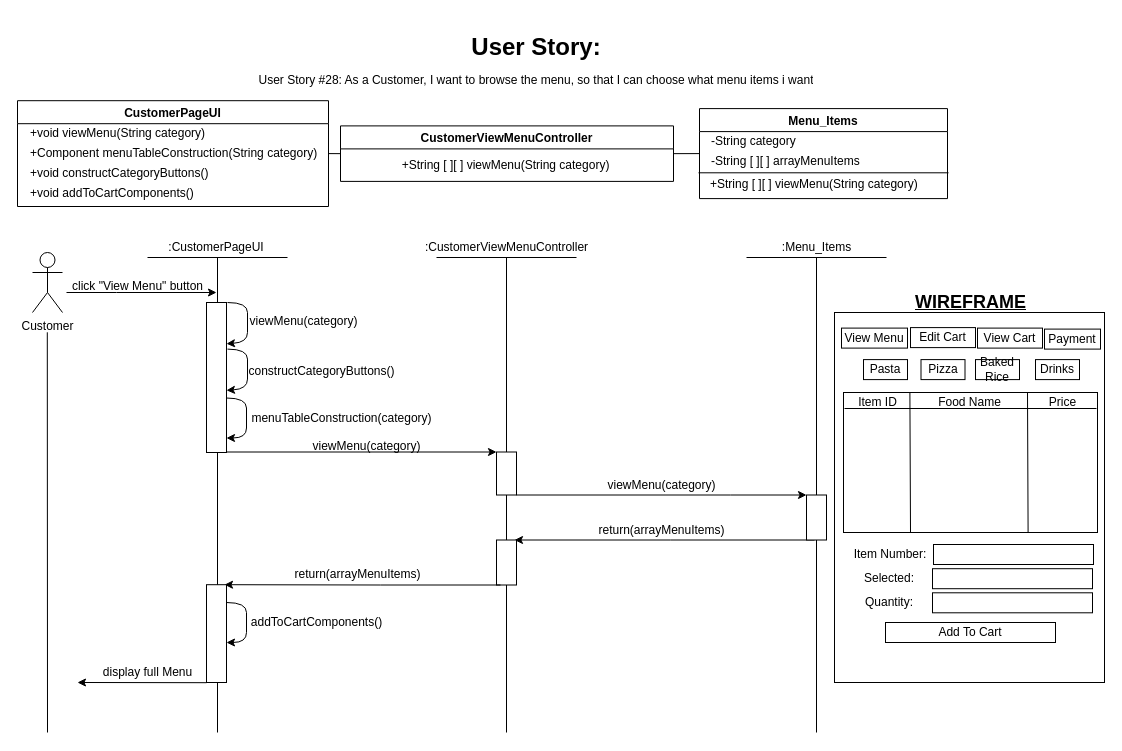
Above: BCE_UML_and_Diagrams/Customer/Customer_Browse(#28)/UserStory#28_Customer_Browse.drawio in extred5700/JAVAGUI-Restaurant-Table-Order-System (draw.io), before the change. Source tidied: cells renumbered, new cells numbered last; positions are measured from the earlier drawing's top-left corner, leaving out a move shared by most shapes. Both pictures are drawn from the tidied source at 100%, with x=0, y=0 at pixel (17, 27).
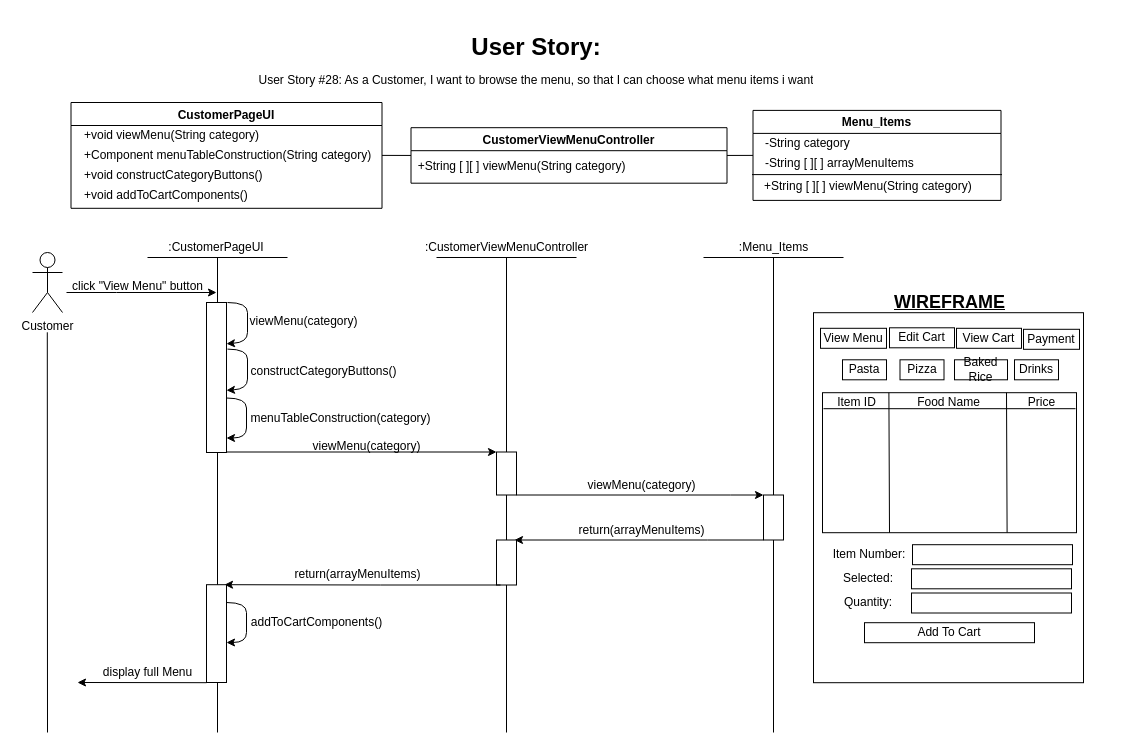
The same diagram, later.

Diff of the diagram source:
```diff
@@
     <mxCell id="2" style="rounded=0;whiteSpace=wrap;html=1;" parent="1" vertex="1">
-      <mxGeometry x="817" y="285" width="270" height="370" as="geometry" />
+      <mxGeometry x="796" y="285.2" width="270" height="370" as="geometry" />
     </mxCell>
@@
     <mxCell id="4" value="CustomerPageUI" style="swimlane;" parent="1" vertex="1">
-      <mxGeometry y="73.2" width="311" height="105.8" as="geometry" />
+      <mxGeometry x="53.5" y="75" width="311" height="105.8" as="geometry" />
     </mxCell>
@@
     <mxCell id="9" value="CustomerViewMenuController" style="swimlane;startSize=23;" parent="1" vertex="1">
-      <mxGeometry x="323" y="98.4" width="333" height="55.5" as="geometry" />
+      <mxGeometry x="393.5" y="100.2" width="316" height="55.5" as="geometry" />
     </mxCell>
     <mxCell id="10" value="&lt;div style=&quot;text-align: left&quot;&gt;+String [ ][ ] viewMenu(String category)&lt;/div&gt;" style="text;html=1;align=center;verticalAlign=middle;strokeColor=none;fillColor=none;" parent="9" vertex="1">
-      <mxGeometry x="55" y="30" width="220" height="20" as="geometry" />
+      <mxGeometry y="28.8" width="220" height="20" as="geometry" />
     </mxCell>
     <mxCell id="11" value="Menu_Items" style="swimlane;" parent="1" vertex="1">
-      <mxGeometry x="682" y="81.1" width="248" height="90" as="geometry" />
+      <mxGeometry x="735.5" y="82.9" width="248" height="90" as="geometry" />
     </mxCell>
@@
     <mxCell id="22" value=":Menu_Items" style="text;html=1;align=center;verticalAlign=middle;points=[];strokeColor=none;fillColor=none;" parent="1" vertex="1">
-      <mxGeometry x="759" y="210" width="80" height="20" as="geometry" />
+      <mxGeometry x="716" y="210" width="80" height="20" as="geometry" />
     </mxCell>
@@
     <mxCell id="25" style="endArrow=none;html=1;rounded=0;" parent="1" edge="1">
       <mxGeometry relative="1" as="geometry">
-        <mxPoint x="729" y="230" as="sourcePoint" />
-        <mxPoint x="869" y="230" as="targetPoint" />
+        <mxPoint x="686" y="230" as="sourcePoint" />
+        <mxPoint x="826" y="230" as="targetPoint" />
       </mxGeometry>
     </mxCell>
@@
     <mxCell id="30" value="&lt;div style=&quot;text-align: justify&quot;&gt;&lt;span&gt;viewMenu(category)&lt;/span&gt;&lt;/div&gt;" style="text;html=1;align=center;verticalAlign=middle;strokeColor=none;fillColor=none;" parent="1" vertex="1">
-      <mxGeometry x="584" y="447.5" width="120" height="20" as="geometry" />
+      <mxGeometry x="564" y="447.5" width="120" height="20" as="geometry" />
     </mxCell>
     <mxCell id="31" style="endArrow=none;html=1;rounded=0;entryX=0.5;entryY=0.982;entryDx=0;entryDy=0;entryPerimeter=0;" parent="1" edge="1" target="22">
       <mxGeometry relative="1" as="geometry">
-        <mxPoint x="799" y="705" as="sourcePoint" />
+        <mxPoint x="756" y="705" as="sourcePoint" />
       </mxGeometry>
     </mxCell>
     <mxCell id="32" value="View Menu" style="rounded=0;whiteSpace=wrap;html=1;" parent="1" vertex="1">
-      <mxGeometry x="824" y="300.6" width="66" height="20" as="geometry" />
+      <mxGeometry x="803" y="300.8" width="66" height="20" as="geometry" />
     </mxCell>
     <mxCell id="33" value="Edit Cart" style="rounded=0;whiteSpace=wrap;html=1;" parent="1" vertex="1">
-      <mxGeometry x="893" y="300.1" width="65" height="20" as="geometry" />
+      <mxGeometry x="872" y="300.3" width="65" height="20" as="geometry" />
     </mxCell>
     <mxCell id="34" value="View Cart" style="rounded=0;whiteSpace=wrap;html=1;" parent="1" vertex="1">
-      <mxGeometry x="960" y="300.6" width="65" height="20" as="geometry" />
+      <mxGeometry x="939" y="300.8" width="65" height="20" as="geometry" />
     </mxCell>
     <mxCell id="35" value="Payment" style="rounded=0;whiteSpace=wrap;html=1;" parent="1" vertex="1">
-      <mxGeometry x="1027" y="301.6" width="56" height="20" as="geometry" />
+      <mxGeometry x="1006" y="301.8" width="56" height="20" as="geometry" />
     </mxCell>
     <mxCell id="36" value="Add To Cart" style="rounded=0;whiteSpace=wrap;html=1;" parent="1" vertex="1">
-      <mxGeometry x="868" y="595" width="170" height="20" as="geometry" />
+      <mxGeometry x="847" y="595.2" width="170" height="20" as="geometry" />
     </mxCell>
     <mxCell id="37" value="&lt;b&gt;&lt;u&gt;&lt;font style=&quot;font-size: 18px&quot;&gt;WIREFRAME&lt;/font&gt;&lt;/u&gt;&lt;/b&gt;" style="text;html=1;align=center;verticalAlign=middle;strokeColor=none;fillColor=none;" parent="1" vertex="1">
-      <mxGeometry x="888" y="265" width="130" height="20" as="geometry" />
+      <mxGeometry x="867" y="265.2" width="130" height="20" as="geometry" />
     </mxCell>
-    <mxCell id="38" style="edgeStyle=orthogonalEdgeStyle;rounded=0;orthogonalLoop=1;jettySize=auto;html=1;exitX=0;exitY=1;exitDx=0;exitDy=0;entryX=0.5;entryY=0;entryDx=0;entryDy=0;fontSize=12;" parent="1" edge="1">
+    <mxCell id="38" style="edgeStyle=orthogonalEdgeStyle;rounded=0;jettySize=auto;html=1;exitX=0;exitY=1;exitDx=0;exitDy=0;entryX=0.5;entryY=0;entryDx=0;entryDy=0;fontSize=12;" parent="1" edge="1" source="39">
       <mxGeometry relative="1" as="geometry">
-        <mxPoint x="797" y="512.5" as="sourcePoint" />
         <mxPoint x="497" y="512.5" as="targetPoint" />
         <Array as="points">
-          <mxPoint x="653" y="512.5" />
-          <mxPoint x="653" y="512.5" />
+          <mxPoint x="690" y="513" />
+          <mxPoint x="690" y="513" />
         </Array>
       </mxGeometry>
     </mxCell>
     <mxCell id="39" style="rounded=0;whiteSpace=wrap;html=1;" parent="1" vertex="1">
-      <mxGeometry x="789" y="467.5" width="20" height="45" as="geometry" />
+      <mxGeometry x="746" y="467.5" width="20" height="45" as="geometry" />
     </mxCell>
@@
     <mxCell id="45" style="rounded=0;whiteSpace=wrap;html=1;" parent="1" vertex="1">
-      <mxGeometry x="826" y="365" width="254" height="140" as="geometry" />
+      <mxGeometry x="805" y="365.2" width="254" height="140" as="geometry" />
     </mxCell>
     <mxCell id="46" value="Item Number:" style="text;html=1;strokeColor=none;fillColor=none;align=center;verticalAlign=middle;whiteSpace=wrap;rounded=0;" parent="1" vertex="1">
-      <mxGeometry x="830" y="512.8" width="86" height="28.3" as="geometry" />
+      <mxGeometry x="809" y="513" width="86" height="28.3" as="geometry" />
     </mxCell>
     <mxCell id="47" style="rounded=0;whiteSpace=wrap;html=1;" parent="1" vertex="1">
-      <mxGeometry x="916" y="517" width="160" height="20" as="geometry" />
+      <mxGeometry x="895" y="517.2" width="160" height="20" as="geometry" />
     </mxCell>
     <mxCell id="48" value="Item ID" style="text;html=1;align=center;verticalAlign=middle;strokeColor=none;fillColor=none;" parent="1" vertex="1">
-      <mxGeometry x="835" y="365" width="50" height="20" as="geometry" />
+      <mxGeometry x="814" y="365.2" width="50" height="20" as="geometry" />
     </mxCell>
     <mxCell id="49" value="Food Name" style="text;html=1;align=center;verticalAlign=middle;strokeColor=none;fillColor=none;" parent="1" vertex="1">
-      <mxGeometry x="912" y="365" width="80" height="20" as="geometry" />
+      <mxGeometry x="891" y="365.2" width="80" height="20" as="geometry" />
     </mxCell>
     <mxCell id="50" value="Price" style="text;html=1;align=center;verticalAlign=middle;strokeColor=none;fillColor=none;" parent="1" vertex="1">
-      <mxGeometry x="1025" y="365" width="40" height="20" as="geometry" />
+      <mxGeometry x="1004" y="365.2" width="40" height="20" as="geometry" />
     </mxCell>
     <mxCell id="51" style="endArrow=none;html=1;rounded=0;entryX=0.033;entryY=-0.067;entryDx=0;entryDy=0;entryPerimeter=0;exitX=0.194;exitY=0.99;exitDx=0;exitDy=0;exitPerimeter=0;" parent="1" edge="1">
       <mxGeometry relative="1" as="geometry">
-        <mxPoint x="893" y="505" as="sourcePoint" />
-        <mxPoint x="892.4" y="365.1" as="targetPoint" />
+        <mxPoint x="872" y="505.2" as="sourcePoint" />
+        <mxPoint x="871.4" y="365.2" as="targetPoint" />
       </mxGeometry>
     </mxCell>
     <mxCell id="52" style="endArrow=none;html=1;rounded=0;entryX=0.033;entryY=-0.067;entryDx=0;entryDy=0;entryPerimeter=0;exitX=0.194;exitY=0.99;exitDx=0;exitDy=0;exitPerimeter=0;" parent="1" edge="1">
       <mxGeometry relative="1" as="geometry">
-        <mxPoint x="1010.6" y="504.9" as="sourcePoint" />
-        <mxPoint x="1010" y="365" as="targetPoint" />
+        <mxPoint x="989.6" y="505.1" as="sourcePoint" />
+        <mxPoint x="989" y="365.2" as="targetPoint" />
       </mxGeometry>
     </mxCell>
     <mxCell id="53" style="endArrow=none;html=1;rounded=0;exitX=0.194;exitY=0.99;exitDx=0;exitDy=0;exitPerimeter=0;" parent="1" edge="1">
       <mxGeometry relative="1" as="geometry">
-        <mxPoint x="827" y="381" as="sourcePoint" />
-        <mxPoint x="1079" y="381" as="targetPoint" />
+        <mxPoint x="806" y="381.2" as="sourcePoint" />
+        <mxPoint x="1058" y="381.2" as="targetPoint" />
       </mxGeometry>
     </mxCell>
@@
     <mxCell id="57" value="return(arrayMenuItems)" style="text;html=1;align=center;verticalAlign=middle;strokeColor=none;fillColor=none;fontSize=12;" parent="1" vertex="1">
-      <mxGeometry x="574" y="492.8" width="140" height="20" as="geometry" />
+      <mxGeometry x="554" y="492.8" width="140" height="20" as="geometry" />
     </mxCell>
@@
     <mxCell id="62" value="&lt;span style=&quot;font-size: 12px&quot;&gt;menuTableConstruction(category)&lt;/span&gt;" style="text;html=1;align=center;verticalAlign=middle;strokeColor=none;fillColor=none;fontSize=16;" parent="1" vertex="1">
-      <mxGeometry x="224" y="373.5" width="200" height="30" as="geometry" />
+      <mxGeometry x="223" y="373.5" width="200" height="30" as="geometry" />
     </mxCell>
@@
     <mxCell id="65" value="Pasta" style="rounded=0;whiteSpace=wrap;html=1;" parent="1" vertex="1">
-      <mxGeometry x="846" y="332.1" width="44" height="20" as="geometry" />
+      <mxGeometry x="825" y="332.3" width="44" height="20" as="geometry" />
     </mxCell>
     <mxCell id="66" value="Pizza" style="rounded=0;whiteSpace=wrap;html=1;" parent="1" vertex="1">
-      <mxGeometry x="903.5" y="332.1" width="44" height="20" as="geometry" />
+      <mxGeometry x="882.5" y="332.3" width="44" height="20" as="geometry" />
     </mxCell>
     <mxCell id="67" value="Baked Rice" style="rounded=0;whiteSpace=wrap;html=1;" parent="1" vertex="1">
-      <mxGeometry x="958" y="332.1" width="44" height="20" as="geometry" />
+      <mxGeometry x="937" y="332.3" width="53" height="20" as="geometry" />
     </mxCell>
     <mxCell id="68" value="Drinks" style="rounded=0;whiteSpace=wrap;html=1;" parent="1" vertex="1">
-      <mxGeometry x="1018" y="332.1" width="44" height="20" as="geometry" />
+      <mxGeometry x="997" y="332.3" width="44" height="20" as="geometry" />
     </mxCell>
     <mxCell id="69" value="Selected:" style="text;html=1;strokeColor=none;fillColor=none;align=center;verticalAlign=middle;whiteSpace=wrap;rounded=0;" parent="1" vertex="1">
-      <mxGeometry x="829" y="537" width="86" height="28.3" as="geometry" />
+      <mxGeometry x="808" y="537.2" width="86" height="28.3" as="geometry" />
     </mxCell>
     <mxCell id="70" style="rounded=0;whiteSpace=wrap;html=1;" parent="1" vertex="1">
-      <mxGeometry x="915" y="541.2" width="160" height="20" as="geometry" />
+      <mxGeometry x="894" y="541.3" width="160" height="20" as="geometry" />
     </mxCell>
     <mxCell id="71" value="Quantity:" style="text;html=1;strokeColor=none;fillColor=none;align=center;verticalAlign=middle;whiteSpace=wrap;rounded=0;" parent="1" vertex="1">
-      <mxGeometry x="829" y="561.2" width="86" height="28.3" as="geometry" />
+      <mxGeometry x="808" y="561.3" width="86" height="28.3" as="geometry" />
     </mxCell>
     <mxCell id="72" style="rounded=0;whiteSpace=wrap;html=1;" parent="1" vertex="1">
-      <mxGeometry x="915" y="565.3" width="160" height="20" as="geometry" />
+      <mxGeometry x="894" y="565.5" width="160" height="20" as="geometry" />
     </mxCell>
@@
     <mxCell id="75" value="&lt;span style=&quot;font-size: 12px&quot;&gt;constructCategoryButtons()&lt;/span&gt;" style="text;html=1;align=center;verticalAlign=middle;strokeColor=none;fillColor=none;fontSize=16;" parent="1" vertex="1">
-      <mxGeometry x="224" y="327.1" width="160" height="30" as="geometry" />
+      <mxGeometry x="226" y="327.1" width="160" height="30" as="geometry" />
     </mxCell>
```
